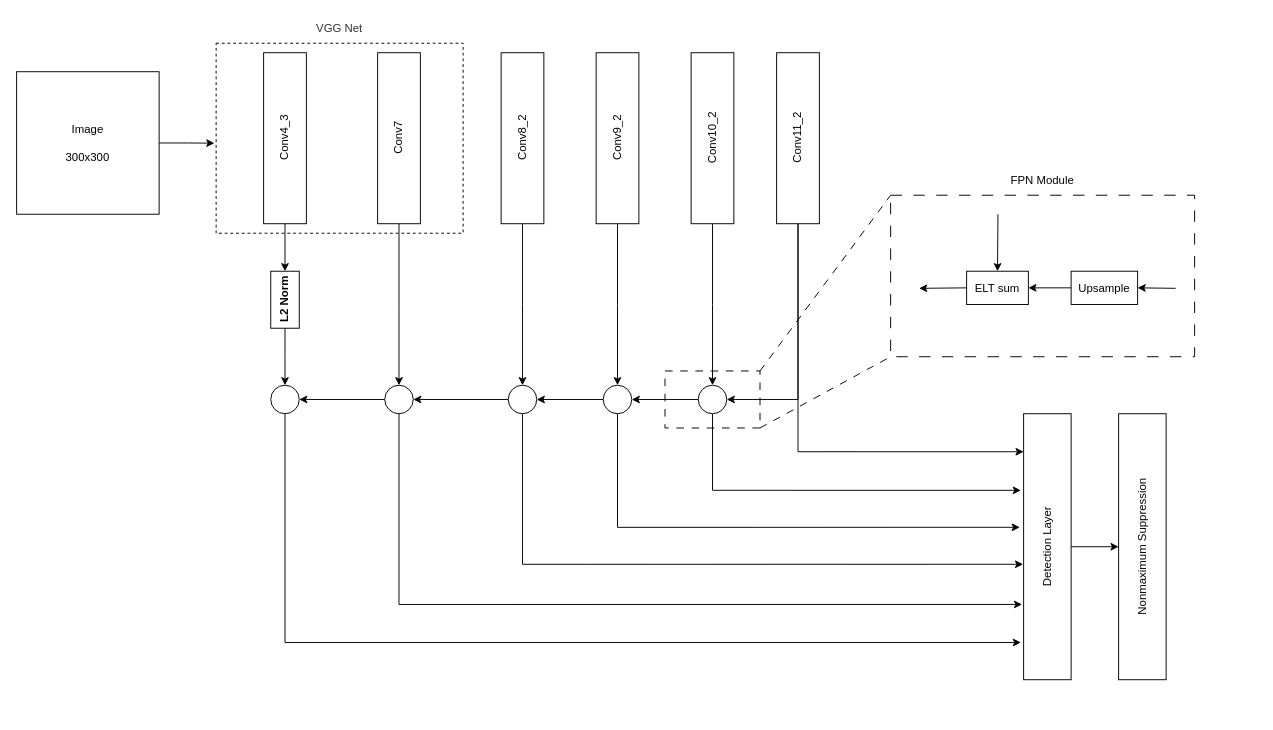
Earlier version of the draw.io diagram fig/FPNSSD300_a.drawio (AakiraOtok/project_WPD). Source tidied: cells renumbered, new cells numbered last; positions are measured from the earlier drawing's top-left corner, leaving out a move shared by most shapes. Both pictures are drawn from the tidied source at 95%, with x=0, y=0 at pixel (16, 43).
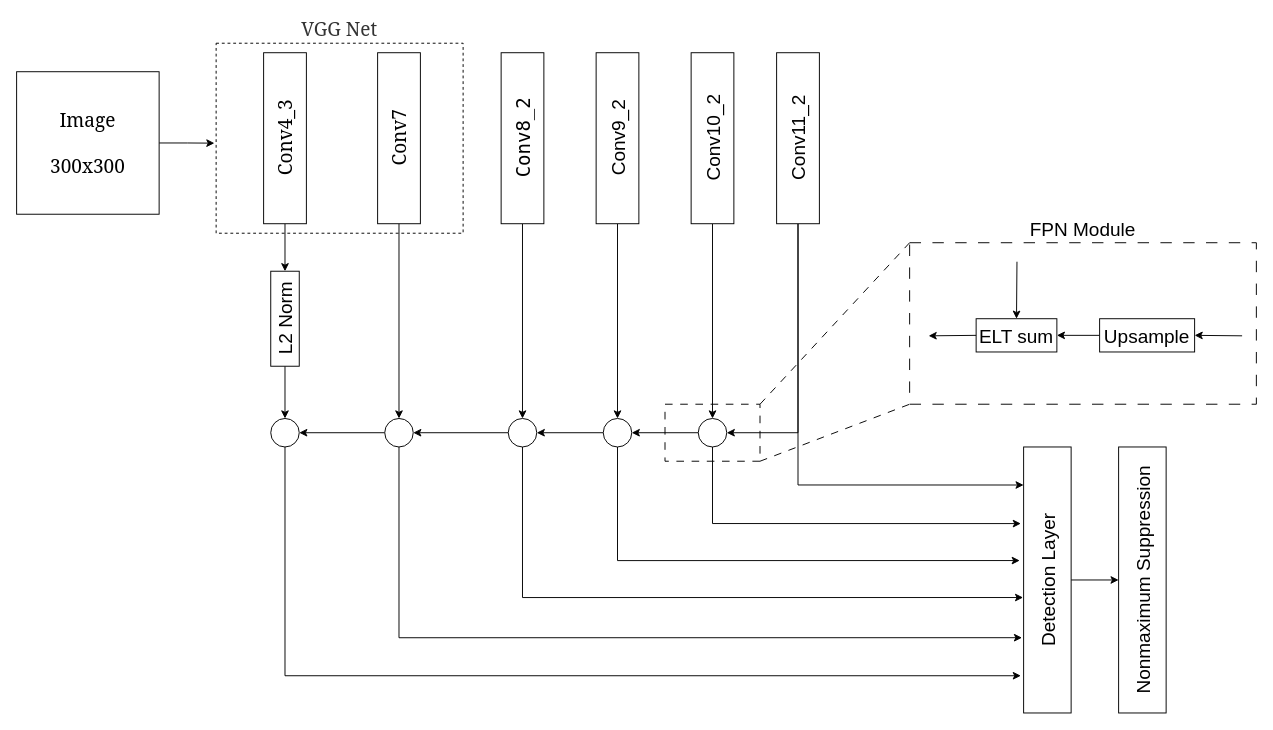
The same page after the edit.

Diff of the diagram source:
```diff
@@
-    <mxCell id="2" value="FPN Module" style="rounded=0;whiteSpace=wrap;html=1;strokeColor=default;fillColor=none;dashed=1;dashPattern=12 12;fontStyle=0;verticalAlign=middle;horizontal=1;spacingBottom=200;labelBorderColor=none;fontSize=12;" parent="1" vertex="1">
-      <mxGeometry x="920" y="160" width="320" height="170" as="geometry" />
+    <mxCell id="2" value="FPN Module" style="rounded=0;whiteSpace=wrap;html=1;strokeColor=default;fillColor=none;dashed=1;dashPattern=12 12;fontStyle=0;verticalAlign=middle;horizontal=1;spacingBottom=200;labelBorderColor=none;fontSize=20;" parent="1" vertex="1">
+      <mxGeometry x="940" y="210" width="365" height="170" as="geometry" />
     </mxCell>
@@
-    <mxCell id="5" value="VGG Net" style="rounded=0;whiteSpace=wrap;html=1;fillColor=none;fontColor=#333333;strokeColor=default;glass=0;shadow=0;dashed=1;align=center;spacingTop=-230;fontStyle=0;" parent="1" vertex="1">
+    <mxCell id="5" value="VGG Net" style="rounded=0;whiteSpace=wrap;html=1;fillColor=none;fontColor=#333333;strokeColor=default;glass=0;shadow=0;dashed=1;align=center;spacingTop=-230;fontStyle=0;fontSize=20;fontFamily=Georgia;" parent="1" vertex="1">
       <mxGeometry x="210" width="260" height="200" as="geometry" />
     </mxCell>
@@
-    <mxCell id="7" value="&lt;span style=&quot;font-weight: normal;&quot;&gt;Conv4_3&lt;/span&gt;" style="rounded=0;whiteSpace=wrap;html=1;align=center;fontStyle=1;horizontal=0;" parent="1" vertex="1">
+    <mxCell id="7" value="&lt;span style=&quot;font-weight: normal; font-size: 20px;&quot;&gt;Conv4_3&lt;/span&gt;" style="rounded=0;whiteSpace=wrap;html=1;align=center;fontStyle=1;horizontal=0;fontSize=20;fontFamily=Georgia;" parent="1" vertex="1">
       <mxGeometry x="260" y="10" width="45" height="180" as="geometry" />
     </mxCell>
-    <mxCell id="8" style="edgeStyle=orthogonalEdgeStyle;rounded=0;jettySize=auto;html=1;exitX=0.5;exitY=1;exitDx=0;exitDy=0;entryX=0.5;entryY=0;entryDx=0;entryDy=0;" parent="1" edge="1" source="9">
-      <mxGeometry relative="1" as="geometry">
-        <mxPoint x="402.5" y="360" as="targetPoint" />
-      </mxGeometry>
-    </mxCell>
+    <mxCell id="47" style="edgeStyle=orthogonalEdgeStyle;rounded=0;jettySize=auto;html=1;exitX=0.5;exitY=1;exitDx=0;exitDy=0;entryX=0.5;entryY=0;entryDx=0;entryDy=0;" parent="1" edge="1" source="9" target="34">
+      <mxGeometry relative="1" as="geometry" />
+    </mxCell>
-    <mxCell id="9" value="Conv7" style="rounded=0;whiteSpace=wrap;html=1;align=center;fontStyle=0;horizontal=0;" parent="1" vertex="1">
+    <mxCell id="9" value="Conv7" style="rounded=0;whiteSpace=wrap;html=1;align=center;fontStyle=0;horizontal=0;fontSize=20;fontFamily=Georgia;" parent="1" vertex="1">
       <mxGeometry x="380" y="10" width="45" height="180" as="geometry" />
     </mxCell>
-    <mxCell id="10" style="edgeStyle=orthogonalEdgeStyle;rounded=0;jettySize=auto;html=1;exitX=0.5;exitY=1;exitDx=0;exitDy=0;entryX=0.5;entryY=0;entryDx=0;entryDy=0;" parent="1" edge="1" source="11">
-      <mxGeometry relative="1" as="geometry">
-        <mxPoint x="532.5" y="360" as="targetPoint" />
-      </mxGeometry>
-    </mxCell>
+    <mxCell id="48" style="edgeStyle=orthogonalEdgeStyle;rounded=0;jettySize=auto;html=1;exitX=0.5;exitY=1;exitDx=0;exitDy=0;entryX=0.5;entryY=0;entryDx=0;entryDy=0;" parent="1" edge="1" source="11" target="36">
+      <mxGeometry relative="1" as="geometry" />
+    </mxCell>
-    <mxCell id="11" value="Conv8_2&lt;br&gt;" style="rounded=0;whiteSpace=wrap;html=1;align=center;fontStyle=0;horizontal=0;" parent="1" vertex="1">
+    <mxCell id="11" value="Conv8_2&lt;br style=&quot;font-size: 20px;&quot;&gt;" style="rounded=0;whiteSpace=wrap;html=1;align=center;fontStyle=0;horizontal=0;fontSize=20;fontFamily=Lucida Console;" parent="1" vertex="1">
       <mxGeometry x="510" y="10" width="45" height="180" as="geometry" />
     </mxCell>
-    <mxCell id="12" style="edgeStyle=orthogonalEdgeStyle;rounded=0;jettySize=auto;html=1;exitX=0.5;exitY=1;exitDx=0;exitDy=0;entryX=0.5;entryY=0;entryDx=0;entryDy=0;" parent="1" edge="1" source="13">
-      <mxGeometry relative="1" as="geometry">
-        <mxPoint x="632.5" y="360" as="targetPoint" />
-      </mxGeometry>
-    </mxCell>
+    <mxCell id="49" style="edgeStyle=orthogonalEdgeStyle;rounded=0;jettySize=auto;html=1;exitX=0.5;exitY=1;exitDx=0;exitDy=0;entryX=0.5;entryY=0;entryDx=0;entryDy=0;" parent="1" edge="1" source="13" target="38">
+      <mxGeometry relative="1" as="geometry" />
+    </mxCell>
-    <mxCell id="13" value="Conv9_2" style="rounded=0;whiteSpace=wrap;html=1;align=center;fontStyle=0;horizontal=0;" parent="1" vertex="1">
+    <mxCell id="13" value="Conv9_2" style="rounded=0;whiteSpace=wrap;html=1;align=center;fontStyle=0;horizontal=0;fontSize=20;" parent="1" vertex="1">
       <mxGeometry x="610" y="10" width="45" height="180" as="geometry" />
     </mxCell>
-    <mxCell id="14" style="edgeStyle=orthogonalEdgeStyle;rounded=0;jettySize=auto;html=1;exitX=0.5;exitY=1;exitDx=0;exitDy=0;entryX=0.5;entryY=0;entryDx=0;entryDy=0;" parent="1" edge="1" source="15">
-      <mxGeometry relative="1" as="geometry">
-        <mxPoint x="732.5" y="360" as="targetPoint" />
-      </mxGeometry>
-    </mxCell>
+    <mxCell id="50" style="edgeStyle=orthogonalEdgeStyle;rounded=0;jettySize=auto;html=1;exitX=0.5;exitY=1;exitDx=0;exitDy=0;entryX=0.5;entryY=0;entryDx=0;entryDy=0;" parent="1" edge="1" source="15" target="40">
+      <mxGeometry relative="1" as="geometry" />
+    </mxCell>
-    <mxCell id="15" value="Conv10_2&lt;br&gt;" style="rounded=0;whiteSpace=wrap;html=1;align=center;fontStyle=0;horizontal=0;" parent="1" vertex="1">
+    <mxCell id="15" value="Conv10_2&lt;br style=&quot;font-size: 20px;&quot;&gt;" style="rounded=0;whiteSpace=wrap;html=1;align=center;fontStyle=0;horizontal=0;fontSize=20;" parent="1" vertex="1">
       <mxGeometry x="710" y="10" width="45" height="180" as="geometry" />
     </mxCell>
@@
-    <mxCell id="18" value="Conv11_2&lt;br&gt;" style="rounded=0;whiteSpace=wrap;html=1;align=center;fontStyle=0;horizontal=0;" parent="1" vertex="1">
+    <mxCell id="18" value="Conv11_2&lt;br style=&quot;font-size: 20px;&quot;&gt;" style="rounded=0;whiteSpace=wrap;html=1;align=center;fontStyle=0;horizontal=0;fontSize=20;" parent="1" vertex="1">
       <mxGeometry x="800" y="10" width="45" height="180" as="geometry" />
     </mxCell>
@@
-    <mxCell id="20" value="Image&lt;br&gt;&lt;br&gt;300x300" style="whiteSpace=wrap;html=1;fontStyle=0;" parent="1" vertex="1">
+    <mxCell id="20" value="Image&lt;br style=&quot;font-size: 20px;&quot;&gt;&lt;br style=&quot;font-size: 20px;&quot;&gt;300x300" style="whiteSpace=wrap;html=1;fontStyle=0;fontSize=20;fontFamily=Georgia;horizontal=1;" parent="1" vertex="1">
       <mxGeometry y="30" width="150" height="150" as="geometry" />
     </mxCell>
@@
-    <mxCell id="22" value="Detection Layer" style="rounded=0;whiteSpace=wrap;html=1;fontStyle=0;verticalAlign=middle;labelBorderColor=none;horizontal=0;" parent="1" vertex="1">
-      <mxGeometry x="1060" y="390" width="50" height="280" as="geometry" />
+    <mxCell id="22" value="Detection Layer" style="rounded=0;whiteSpace=wrap;html=1;fontStyle=0;verticalAlign=middle;labelBorderColor=none;horizontal=0;fontSize=20;" parent="1" vertex="1">
+      <mxGeometry x="1060" y="425" width="50" height="280" as="geometry" />
     </mxCell>
-    <mxCell id="23" value="Nonmaximum Suppression" style="rounded=0;whiteSpace=wrap;html=1;fontStyle=0;verticalAlign=middle;labelBorderColor=none;horizontal=0;" parent="1" vertex="1">
-      <mxGeometry x="1160" y="390" width="50" height="280" as="geometry" />
+    <mxCell id="23" value="Nonmaximum Suppression" style="rounded=0;whiteSpace=wrap;html=1;fontStyle=0;verticalAlign=middle;labelBorderColor=none;horizontal=0;fontSize=20;" parent="1" vertex="1">
+      <mxGeometry x="1160" y="425" width="50" height="280" as="geometry" />
     </mxCell>
-    <mxCell id="24" style="edgeStyle=orthogonalEdgeStyle;rounded=0;jettySize=auto;html=1;exitX=0.5;exitY=1;exitDx=0;exitDy=0;entryX=0.5;entryY=0;entryDx=0;entryDy=0;" parent="1" edge="1" source="25">
-      <mxGeometry relative="1" as="geometry">
-        <mxPoint x="282.5" y="360" as="targetPoint" />
-      </mxGeometry>
-    </mxCell>
+    <mxCell id="51" style="edgeStyle=orthogonalEdgeStyle;rounded=0;jettySize=auto;html=1;exitX=0.5;exitY=1;exitDx=0;exitDy=0;entryX=0.5;entryY=0;entryDx=0;entryDy=0;" parent="1" edge="1" source="25" target="42">
+      <mxGeometry relative="1" as="geometry" />
+    </mxCell>
-    <mxCell id="25" value="L2 Norm&lt;br&gt;" style="rounded=0;whiteSpace=wrap;html=1;fontStyle=1;horizontal=0;" parent="1" vertex="1">
-      <mxGeometry x="267.5" y="240" width="30" height="60" as="geometry" />
+    <mxCell id="25" value="L2 Norm&lt;br style=&quot;font-size: 20px;&quot;&gt;" style="rounded=0;whiteSpace=wrap;html=1;fontStyle=0;horizontal=0;fontSize=20;" parent="1" vertex="1">
+      <mxGeometry x="267.5" y="240" width="30" height="100" as="geometry" />
     </mxCell>
     <mxCell id="26" style="edgeStyle=orthogonalEdgeStyle;rounded=0;orthogonalLoop=1;jettySize=auto;html=1;exitX=0;exitY=0.5;exitDx=0;exitDy=0;entryX=1;entryY=0.5;entryDx=0;entryDy=0;" parent="1" edge="1">
       <mxGeometry relative="1" as="geometry">
-        <mxPoint x="717.5" y="375" as="sourcePoint" />
-        <mxPoint x="647.5" y="375" as="targetPoint" />
+        <mxPoint x="717.5" y="410" as="sourcePoint" />
+        <mxPoint x="647.5" y="410" as="targetPoint" />
       </mxGeometry>
     </mxCell>
     <mxCell id="27" style="edgeStyle=orthogonalEdgeStyle;rounded=0;orthogonalLoop=1;jettySize=auto;html=1;exitX=0;exitY=0.5;exitDx=0;exitDy=0;entryX=1;entryY=0.5;entryDx=0;entryDy=0;" parent="1" edge="1">
       <mxGeometry relative="1" as="geometry">
-        <mxPoint x="617.5" y="375" as="sourcePoint" />
-        <mxPoint x="547.5" y="375" as="targetPoint" />
+        <mxPoint x="617.5" y="410" as="sourcePoint" />
+        <mxPoint x="547.5" y="410" as="targetPoint" />
       </mxGeometry>
     </mxCell>
     <mxCell id="28" style="edgeStyle=orthogonalEdgeStyle;rounded=0;orthogonalLoop=1;jettySize=auto;html=1;exitX=0;exitY=0.5;exitDx=0;exitDy=0;entryX=1;entryY=0.5;entryDx=0;entryDy=0;" parent="1" edge="1">
       <mxGeometry relative="1" as="geometry">
-        <mxPoint x="517.5" y="375" as="sourcePoint" />
-        <mxPoint x="417.5" y="375" as="targetPoint" />
+        <mxPoint x="517.5" y="410" as="sourcePoint" />
+        <mxPoint x="417.5" y="410" as="targetPoint" />
       </mxGeometry>
     </mxCell>
     <mxCell id="29" style="edgeStyle=orthogonalEdgeStyle;rounded=0;orthogonalLoop=1;jettySize=auto;html=1;exitX=0;exitY=0.5;exitDx=0;exitDy=0;entryX=1;entryY=0.5;entryDx=0;entryDy=0;" parent="1" edge="1">
       <mxGeometry relative="1" as="geometry">
-        <mxPoint x="387.5" y="375" as="sourcePoint" />
-        <mxPoint x="297.5" y="375" as="targetPoint" />
+        <mxPoint x="387.5" y="410" as="sourcePoint" />
+        <mxPoint x="297.5" y="410" as="targetPoint" />
       </mxGeometry>
     </mxCell>
-    <mxCell id="30" value="ELT sum" style="rounded=0;whiteSpace=wrap;html=1;fontStyle=0;" parent="1" vertex="1">
-      <mxGeometry x="1000" y="240" width="65" height="35" as="geometry" />
+    <mxCell id="30" value="ELT sum" style="rounded=0;whiteSpace=wrap;html=1;fontStyle=0;fontSize=20;" parent="1" vertex="1">
+      <mxGeometry x="1010" y="290" width="85" height="35" as="geometry" />
     </mxCell>
@@
-    <mxCell id="32" value="Upsample" style="rounded=0;whiteSpace=wrap;html=1;fontStyle=0;" parent="1" vertex="1">
-      <mxGeometry x="1110" y="240" width="70" height="35" as="geometry" />
+    <mxCell id="32" value="Upsample" style="rounded=0;whiteSpace=wrap;html=1;fontStyle=0;fontSize=20;" parent="1" vertex="1">
+      <mxGeometry x="1140" y="290" width="100" height="35" as="geometry" />
     </mxCell>
@@
     <mxCell id="34" style="ellipse;whiteSpace=wrap;html=1;" parent="1" vertex="1">
-      <mxGeometry x="387.5" y="360" width="30" height="30" as="geometry" />
+      <mxGeometry x="387.5" y="395" width="30" height="30" as="geometry" />
     </mxCell>
@@
     <mxCell id="36" style="ellipse;whiteSpace=wrap;html=1;" parent="1" vertex="1">
-      <mxGeometry x="517.5" y="360" width="30" height="30" as="geometry" />
+      <mxGeometry x="517.5" y="395" width="30" height="30" as="geometry" />
     </mxCell>
@@
     <mxCell id="38" style="ellipse;whiteSpace=wrap;html=1;" parent="1" vertex="1">
-      <mxGeometry x="617.5" y="360" width="30" height="30" as="geometry" />
+      <mxGeometry x="617.5" y="395" width="30" height="30" as="geometry" />
     </mxCell>
@@
     <mxCell id="40" style="ellipse;whiteSpace=wrap;html=1;" parent="1" vertex="1">
-      <mxGeometry x="717.5" y="360" width="30" height="30" as="geometry" />
+      <mxGeometry x="717.5" y="395" width="30" height="30" as="geometry" />
     </mxCell>
@@
     <mxCell id="42" style="ellipse;whiteSpace=wrap;html=1;" parent="1" vertex="1">
-      <mxGeometry x="267.5" y="360" width="30" height="30" as="geometry" />
+      <mxGeometry x="267.5" y="395" width="30" height="30" as="geometry" />
     </mxCell>
     <mxCell id="43" style="rounded=0;whiteSpace=wrap;html=1;fillColor=none;dashed=1;dashPattern=8 8;" parent="1" vertex="1">
-      <mxGeometry x="682.5" y="345" width="100" height="60" as="geometry" />
+      <mxGeometry x="682.5" y="380" width="100" height="60" as="geometry" />
     </mxCell>
     <mxCell id="44" style="endArrow=classic;html=1;rounded=0;entryX=0.5;entryY=0;entryDx=0;entryDy=0;" parent="1" edge="1" target="30">
       <mxGeometry relative="1" as="geometry">
-        <mxPoint x="1033" y="180" as="sourcePoint" />
+        <mxPoint x="1053" y="230" as="sourcePoint" />
       </mxGeometry>
     </mxCell>
     <mxCell id="45" style="endArrow=classic;html=1;rounded=0;exitX=0;exitY=0.5;exitDx=0;exitDy=0;" parent="1" edge="1" source="30">
       <mxGeometry relative="1" as="geometry">
-        <mxPoint x="950" y="258" as="targetPoint" />
+        <mxPoint x="960" y="308" as="targetPoint" />
       </mxGeometry>
     </mxCell>
     <mxCell id="46" style="endArrow=classic;html=1;rounded=0;entryX=1;entryY=0.5;entryDx=0;entryDy=0;" parent="1" edge="1" target="32">
       <mxGeometry relative="1" as="geometry">
-        <mxPoint x="1220" y="258" as="sourcePoint" />
+        <mxPoint x="1290" y="308" as="sourcePoint" />
       </mxGeometry>
     </mxCell>
```
